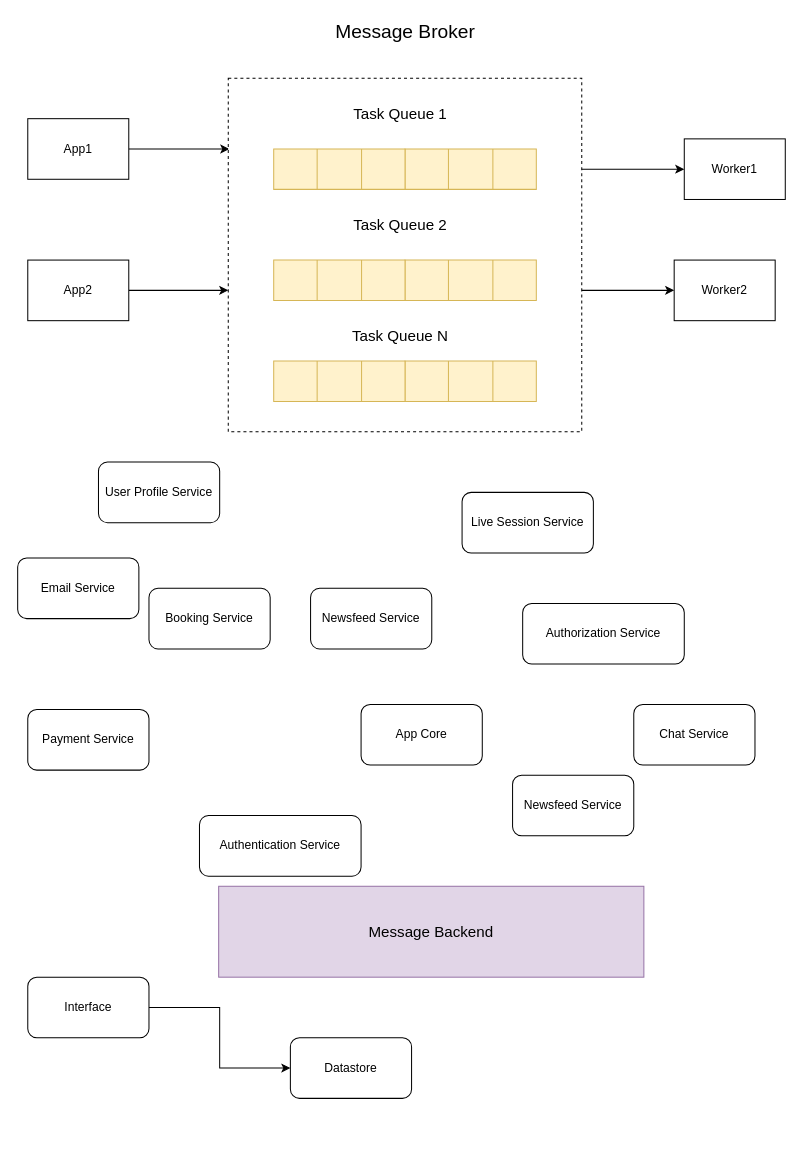
Before: Untitled Diagram.drawio in tpsantos2120/unboxit, a draw.io diagram. Source tidied: cells renumbered, new cells numbered last; positions are measured from the earlier drawing's top-left corner, leaving out a move shared by most shapes. Both pictures are drawn from the tidied source at 101%, with x=0, y=0 at pixel (17, 17).
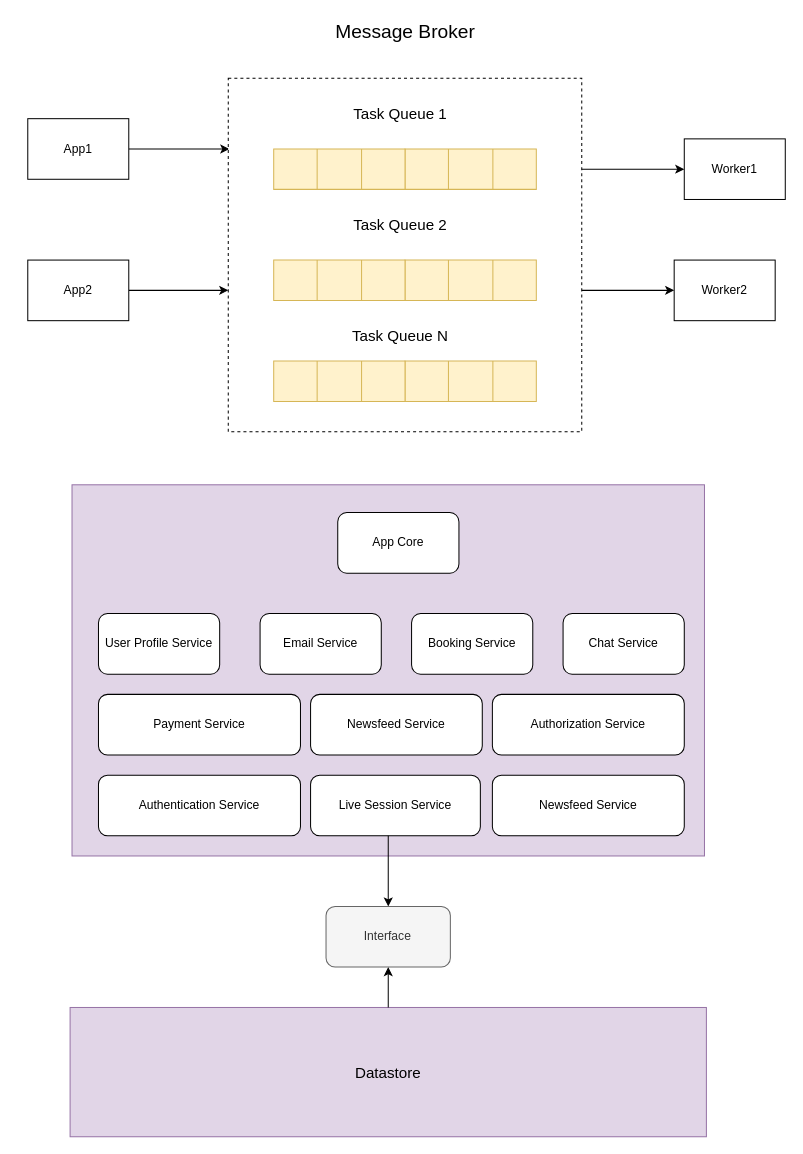
After the change.

What changed in the source:
```diff
@@
+    <mxCell id="12" value="Datastore" style="rounded=0;whiteSpace=wrap;html=1;fontSize=15;strokeWidth=1;fillColor=#e1d5e7;strokeColor=#9673a6;" parent="1" vertex="1">
+      <mxGeometry x="51.9" y="980" width="630" height="128" as="geometry" />
+    </mxCell>
+    <mxCell id="56" style="rounded=0;whiteSpace=wrap;html=1;fontSize=15;strokeWidth=1;fillColor=#e1d5e7;strokeColor=#9673a6;" parent="1" vertex="1">
+      <mxGeometry x="53.8" y="462.5" width="626.2" height="367.5" as="geometry" />
+    </mxCell>
     <mxCell id="2" value="Authorization Service" style="rounded=1;whiteSpace=wrap;html=1;" parent="1" vertex="1">
-      <mxGeometry x="500" y="580" width="160" height="60" as="geometry" />
+      <mxGeometry x="470" y="670" width="190" height="60" as="geometry" />
     </mxCell>
     <mxCell id="3" value="Email Service" style="rounded=1;whiteSpace=wrap;html=1;" parent="1" vertex="1">
-      <mxGeometry y="535" width="120" height="60" as="geometry" />
+      <mxGeometry x="240" y="590" width="120" height="60" as="geometry" />
     </mxCell>
     <mxCell id="4" value="Authentication Service" style="rounded=1;whiteSpace=wrap;html=1;" parent="1" vertex="1">
-      <mxGeometry x="180" y="790" width="160" height="60" as="geometry" />
+      <mxGeometry x="80" y="750" width="200" height="60" as="geometry" />
     </mxCell>
     <mxCell id="5" value="Newsfeed Service" style="rounded=1;whiteSpace=wrap;html=1;" parent="1" vertex="1">
-      <mxGeometry x="490" y="750" width="120" height="60" as="geometry" />
+      <mxGeometry x="470" y="750" width="190" height="60" as="geometry" />
     </mxCell>
     <mxCell id="6" value="Newsfeed Service" style="rounded=1;whiteSpace=wrap;html=1;" parent="1" vertex="1">
-      <mxGeometry x="290" y="565" width="120" height="60" as="geometry" />
+      <mxGeometry x="290" y="670" width="170" height="60" as="geometry" />
     </mxCell>
     <mxCell id="7" value="Booking Service" style="rounded=1;whiteSpace=wrap;html=1;" parent="1" vertex="1">
-      <mxGeometry x="130" y="565" width="120" height="60" as="geometry" />
+      <mxGeometry x="390" y="590" width="120" height="60" as="geometry" />
     </mxCell>
     <mxCell id="8" value="Payment Service" style="rounded=1;whiteSpace=wrap;html=1;" parent="1" vertex="1">
-      <mxGeometry x="10" y="685" width="120" height="60" as="geometry" />
+      <mxGeometry x="80" y="670" width="200" height="60" as="geometry" />
     </mxCell>
     <mxCell id="9" value="Live Session Service" style="rounded=1;whiteSpace=wrap;html=1;" parent="1" vertex="1">
-      <mxGeometry x="440" y="470" width="130" height="60" as="geometry" />
+      <mxGeometry x="290" y="750" width="168.1" height="60" as="geometry" />
     </mxCell>
     <mxCell id="10" value="User Profile Service" style="rounded=1;whiteSpace=wrap;html=1;" parent="1" vertex="1">
-      <mxGeometry x="80" y="440" width="120" height="60" as="geometry" />
+      <mxGeometry x="80" y="590" width="120" height="60" as="geometry" />
     </mxCell>
     <mxCell id="11" value="Chat Service" style="rounded=1;whiteSpace=wrap;html=1;" parent="1" vertex="1">
-      <mxGeometry x="610" y="680" width="120" height="60" as="geometry" />
+      <mxGeometry x="540" y="590" width="120" height="60" as="geometry" />
     </mxCell>
-    <mxCell id="12" value="Datastore" style="rounded=1;whiteSpace=wrap;html=1;" parent="1" vertex="1">
-      <mxGeometry x="270" y="1010" width="120" height="60" as="geometry" />
-    </mxCell>
-    <mxCell id="13" style="edgeStyle=orthogonalEdgeStyle;rounded=0;jettySize=auto;html=1;" parent="1" edge="1" source="14" target="12">
-      <mxGeometry relative="1" as="geometry" />
-    </mxCell>
-    <mxCell id="14" value="Interface" style="rounded=1;whiteSpace=wrap;html=1;" parent="1" vertex="1">
-      <mxGeometry x="10" y="950" width="120" height="60" as="geometry" />
-    </mxCell>
     <mxCell id="15" value="App Core" style="rounded=1;whiteSpace=wrap;html=1;" parent="1" vertex="1">
-      <mxGeometry x="340" y="680" width="120" height="60" as="geometry" />
+      <mxGeometry x="316.9" y="490" width="120" height="60" as="geometry" />
     </mxCell>
@@
-    <mxCell id="56" value="Message Backend" style="rounded=0;whiteSpace=wrap;html=1;fontSize=15;strokeWidth=1;fillColor=#e1d5e7;strokeColor=#9673a6;" parent="1" vertex="1">
-      <mxGeometry x="199" y="860" width="421" height="90" as="geometry" />
-    </mxCell>
@@
+    <mxCell id="13" style="edgeStyle=orthogonalEdgeStyle;rounded=0;jettySize=auto;html=1;fontSize=15;startArrow=classic;startFill=1;endArrow=none;endFill=0;" parent="1" edge="1" source="14" target="12">
+      <mxGeometry relative="1" as="geometry" />
+    </mxCell>
+    <mxCell id="61" style="edgeStyle=orthogonalEdgeStyle;rounded=0;jettySize=auto;html=1;fontSize=15;startArrow=classic;startFill=1;endArrow=none;endFill=0;" parent="1" edge="1" source="14" target="9">
+      <mxGeometry relative="1" as="geometry">
+        <Array as="points">
+          <mxPoint x="367" y="830" />
+          <mxPoint x="367" y="830" />
+        </Array>
+      </mxGeometry>
+    </mxCell>
+    <mxCell id="14" value="Interface" style="rounded=1;whiteSpace=wrap;html=1;fillColor=#f5f5f5;fontColor=#333333;strokeColor=#666666;" parent="1" vertex="1">
+      <mxGeometry x="305.3" y="880" width="123.1" height="60" as="geometry" />
+    </mxCell>
```
